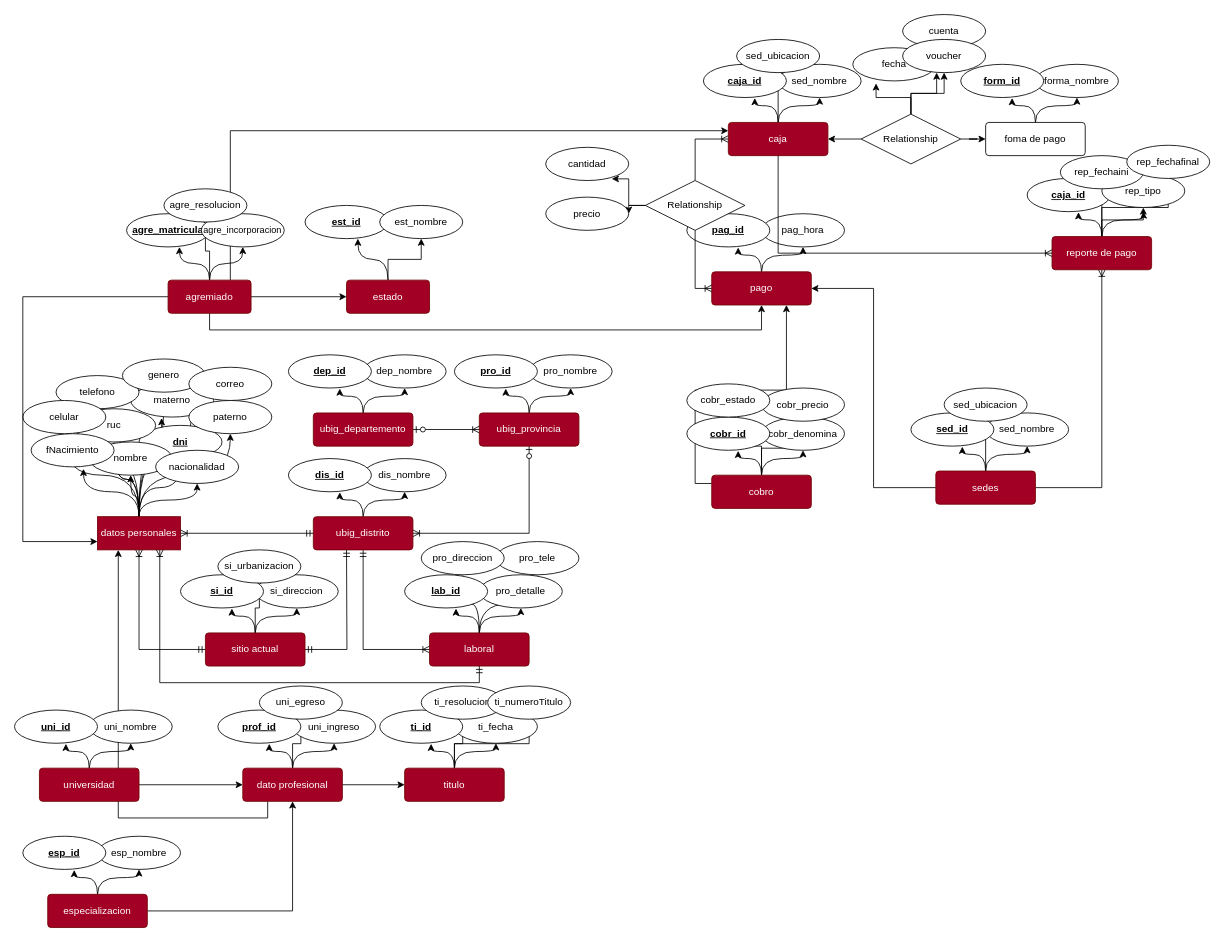
The draw.io diagram examenbasededatos.drawio in armindnwyr/tda3, before the edit. Source tidied: cells renumbered, new cells numbered last; positions are measured from the earlier drawing's top-left corner, leaving out a move shared by most shapes. Both pictures are drawn from the tidied source at 83%, with x=0, y=0 at pixel (14, 14).
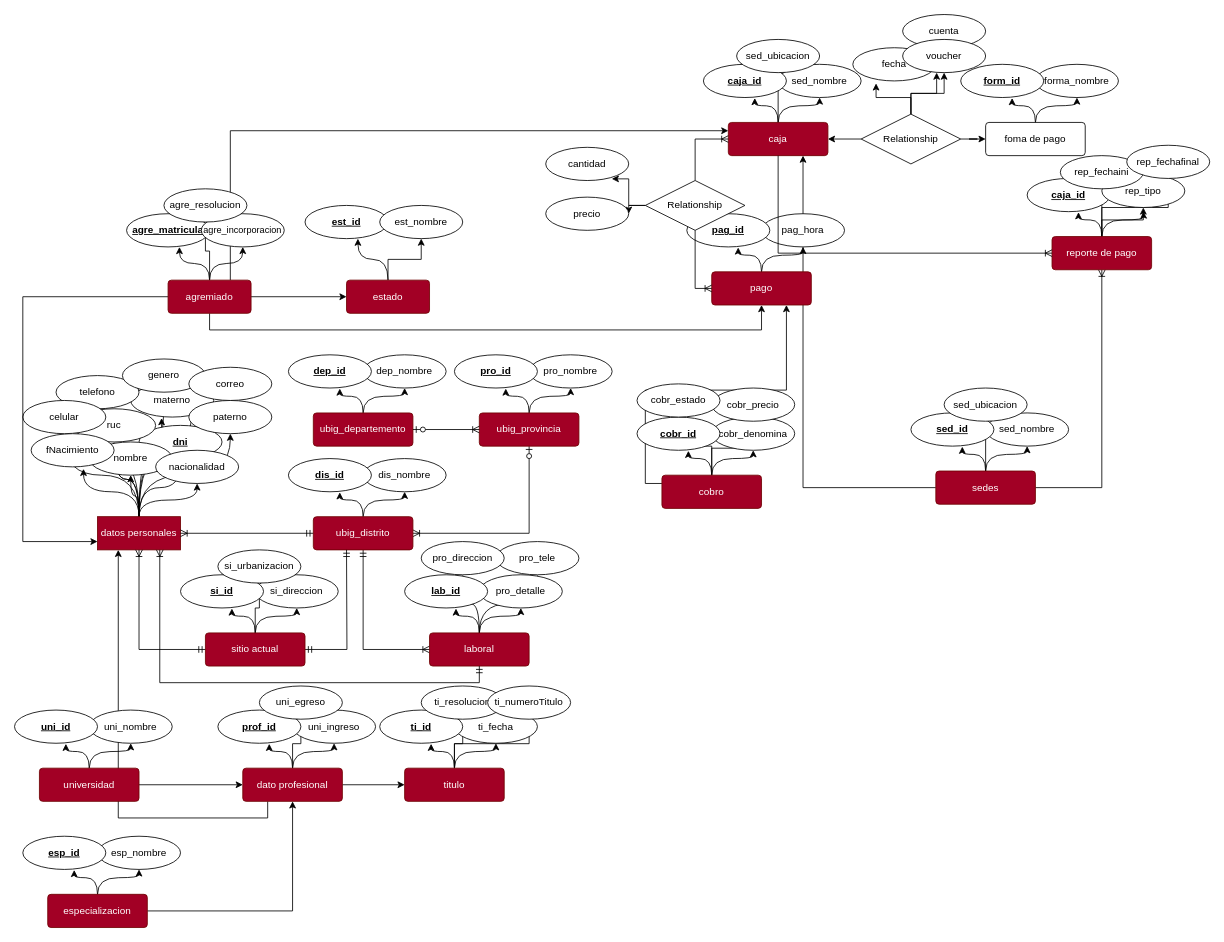
Above is the later version.

Unchanged cells that the change refers to:
```xml
<mxCell id="125" value="sedes" style="rounded=1;arcSize=10;whiteSpace=wrap;html=1;align=center;fillColor=#a20025;strokeColor=#6F0000;fontColor=#ffffff;" parent="1" vertex="1">
  <mxGeometry x="1110" y="550" width="120" height="40" as="geometry" />
</mxCell>
<mxCell id="131" value="pago" style="rounded=1;arcSize=10;whiteSpace=wrap;html=1;align=center;fillColor=#a20025;strokeColor=#6F0000;fontColor=#ffffff;" parent="1" vertex="1">
  <mxGeometry x="840" y="310" width="120" height="40" as="geometry" />
</mxCell>
<mxCell id="137" value="caja" style="rounded=1;arcSize=10;whiteSpace=wrap;html=1;align=center;fillColor=#a20025;strokeColor=#6F0000;fontColor=#ffffff;" parent="1" vertex="1">
  <mxGeometry x="860" y="130" width="120" height="40" as="geometry" />
</mxCell>
```

What changed in the source:
```diff
@@
     <mxCell id="115" value="cobro" style="rounded=1;arcSize=10;whiteSpace=wrap;html=1;align=center;fillColor=#a20025;strokeColor=#6F0000;fontColor=#ffffff;" parent="1" vertex="1">
-      <mxGeometry x="840" y="555" width="120" height="40" as="geometry" />
+      <mxGeometry x="780" y="555" width="120" height="40" as="geometry" />
     </mxCell>
     <mxCell id="116" value="cobr_denomina" style="ellipse;whiteSpace=wrap;html=1;align=center;" parent="1" vertex="1">
-      <mxGeometry x="900" y="485" width="100" height="40" as="geometry" />
+      <mxGeometry x="840" y="485" width="100" height="40" as="geometry" />
     </mxCell>
     <mxCell id="117" value="&lt;b&gt;&lt;u&gt;cobr_id&lt;/u&gt;&lt;/b&gt;" style="ellipse;whiteSpace=wrap;html=1;align=center;" parent="1" vertex="1">
-      <mxGeometry x="810" y="485" width="100" height="40" as="geometry" />
+      <mxGeometry x="750" y="485" width="100" height="40" as="geometry" />
     </mxCell>
     <mxCell id="118" value="cobr_precio" style="ellipse;whiteSpace=wrap;html=1;align=center;" parent="1" vertex="1">
-      <mxGeometry x="900" y="450" width="100" height="40" as="geometry" />
+      <mxGeometry x="840" y="450" width="100" height="40" as="geometry" />
     </mxCell>
     <mxCell id="119" value="cobr_estado" style="ellipse;whiteSpace=wrap;html=1;align=center;" parent="1" vertex="1">
-      <mxGeometry x="810" y="445" width="100" height="40" as="geometry" />
+      <mxGeometry x="750" y="445" width="100" height="40" as="geometry" />
     </mxCell>
@@
-    <mxCell id="123" style="edgeStyle=orthogonalEdgeStyle;rounded=0;jettySize=auto;html=1;entryX=1;entryY=0.5;entryDx=0;entryDy=0;startArrow=none;startFill=0;endArrow=classic;endFill=1;" parent="1" edge="1" source="125" target="131">
+    <mxCell id="123" style="edgeStyle=orthogonalEdgeStyle;rounded=0;jettySize=auto;html=1;entryX=0.75;entryY=1;entryDx=0;entryDy=0;startArrow=none;startFill=0;endArrow=classic;endFill=1;" parent="1" edge="1" source="125" target="137">
       <mxGeometry relative="1" as="geometry" />
     </mxCell>
```
